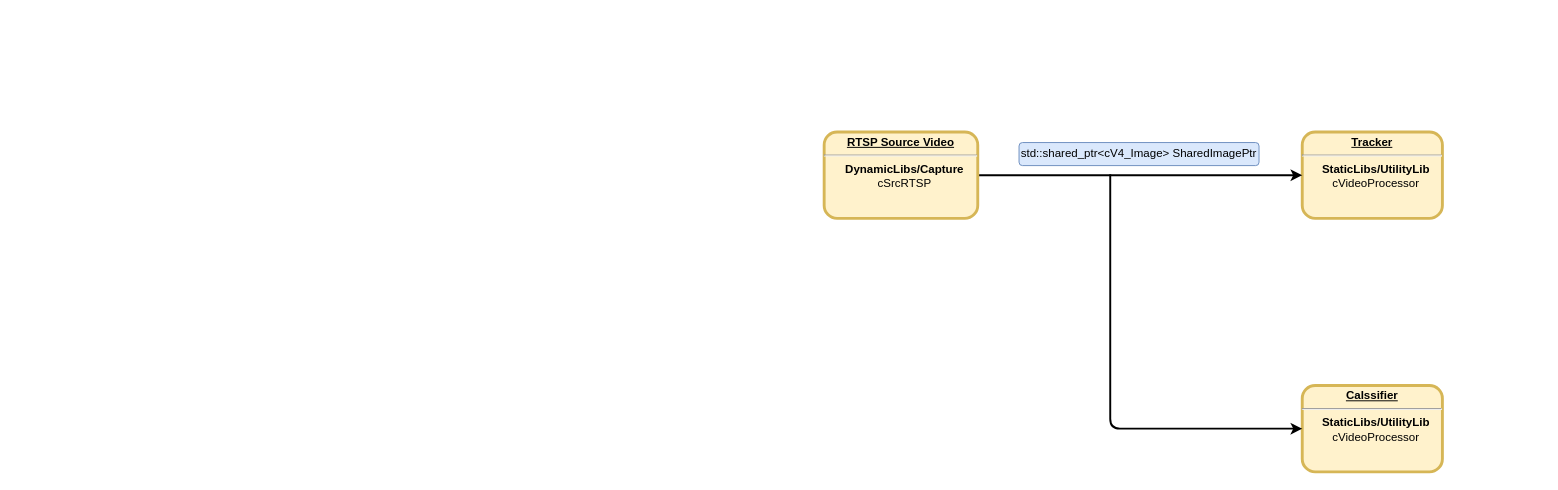
Earlier version of the draw.io diagram qq_uas_data_flow.drawio (mj8ac/hello-world). Source tidied: cells renumbered, new cells numbered last; positions are measured from the earlier drawing's top-left corner, leaving out a move shared by most shapes. Both pictures are drawn from the tidied source at 96%, with x=0, y=0 at pixel (824, 132).
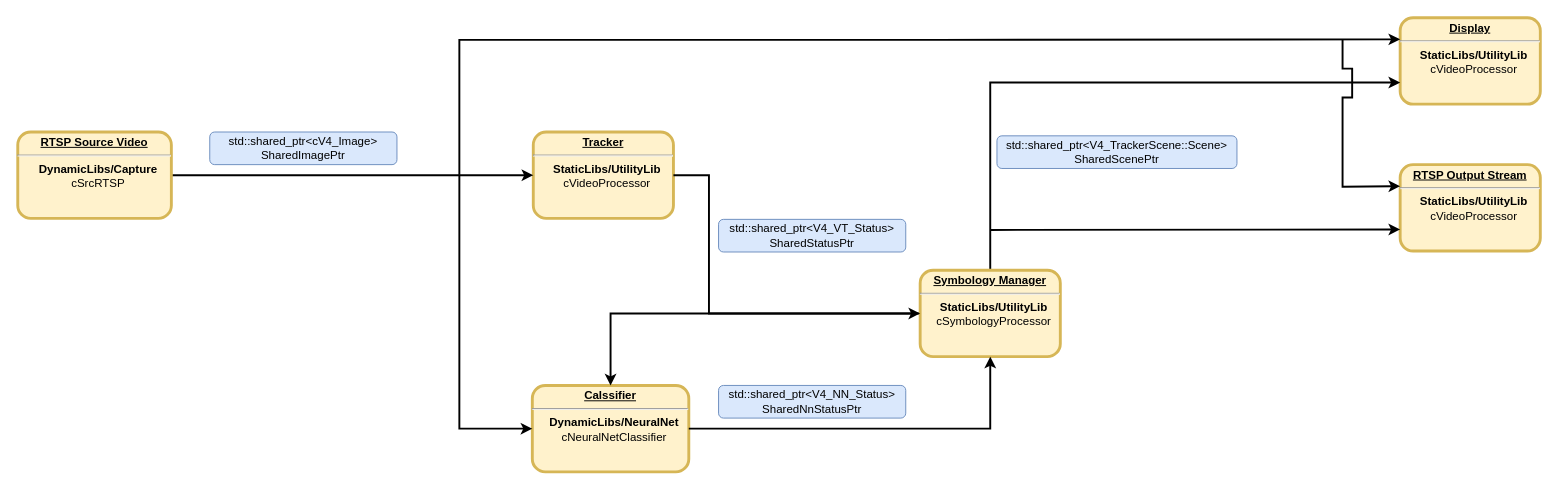
Above is the later version.

Change to the diagram source:
```diff
@@
+    <mxCell id="8" style="group;" parent="1" vertex="1">
+      <mxGeometry x="-840" y="-119" width="1586" height="473" as="geometry" />
+    </mxCell>
-    <mxCell id="2" value="&lt;p style=&quot;margin: 0px ; margin-top: 4px ; text-align: center ; text-decoration: underline&quot;&gt;&lt;strong&gt;Tracker&lt;br&gt;&lt;/strong&gt;&lt;/p&gt;&lt;hr&gt;&lt;p style=&quot;margin: 0px ; margin-left: 8px&quot;&gt;StaticLibs/UtilityLib&lt;/p&gt;&lt;p style=&quot;margin: 0px ; margin-left: 8px&quot;&gt;&lt;span style=&quot;font-weight: normal&quot;&gt;cVideoProcessor&lt;/span&gt;&lt;/p&gt;" style="verticalAlign=middle;align=center;overflow=fill;fontSize=12;fontFamily=Helvetica;html=1;rounded=1;fontStyle=1;strokeWidth=3;fillColor=#fff2cc;strokeColor=#d6b656;" parent="1" vertex="1">
-      <mxGeometry x="498" width="146" height="90" as="geometry" />
+    <mxCell id="2" value="&lt;p style=&quot;margin: 0px ; margin-top: 4px ; text-align: center ; text-decoration: underline&quot;&gt;&lt;strong&gt;Tracker&lt;br&gt;&lt;/strong&gt;&lt;/p&gt;&lt;hr&gt;&lt;p style=&quot;margin: 0px ; margin-left: 8px&quot;&gt;StaticLibs/UtilityLib&lt;/p&gt;&lt;p style=&quot;margin: 0px ; margin-left: 8px&quot;&gt;&lt;span style=&quot;font-weight: normal&quot;&gt;cVideoProcessor&lt;/span&gt;&lt;/p&gt;" style="verticalAlign=middle;align=center;overflow=fill;fontSize=12;fontFamily=Helvetica;html=1;rounded=1;fontStyle=1;strokeWidth=3;fillColor=#fff2cc;strokeColor=#d6b656;" parent="8" vertex="1">
+      <mxGeometry x="537" y="119" width="146" height="90" as="geometry" />
     </mxCell>
-    <mxCell id="3" style="edgeStyle=none;noEdgeStyle=1;strokeWidth=2;exitX=1;exitY=0.5;exitDx=0;exitDy=0;" parent="1" edge="1" source="4" target="2">
+    <mxCell id="3" style="edgeStyle=none;noEdgeStyle=1;strokeWidth=2;exitX=1;exitY=0.5;exitDx=0;exitDy=0;" parent="8" edge="1" source="4" target="2">
       <mxGeometry relative="1" as="geometry" />
     </mxCell>
-    <mxCell id="4" value="&lt;p style=&quot;margin: 0px ; margin-top: 4px ; text-align: center ; text-decoration: underline&quot;&gt;RTSP Source Video&lt;/p&gt;&lt;hr&gt;&lt;p style=&quot;margin: 0px ; margin-left: 8px&quot;&gt;DynamicLibs/Capture&lt;/p&gt;&lt;p style=&quot;margin: 0px ; margin-left: 8px&quot;&gt;&lt;span style=&quot;font-weight: 400&quot;&gt;cSrcRTSP&lt;/span&gt;&lt;/p&gt;" style="verticalAlign=middle;align=center;overflow=fill;fontSize=12;fontFamily=Helvetica;html=1;rounded=1;fontStyle=1;strokeWidth=3;fillColor=#fff2cc;strokeColor=#d6b656;" parent="1" vertex="1">
-      <mxGeometry width="160" height="90" as="geometry" />
+    <mxCell id="4" value="&lt;p style=&quot;margin: 0px ; margin-top: 4px ; text-align: center ; text-decoration: underline&quot;&gt;RTSP Source Video&lt;/p&gt;&lt;hr&gt;&lt;p style=&quot;margin: 0px ; margin-left: 8px&quot;&gt;DynamicLibs/Capture&lt;/p&gt;&lt;p style=&quot;margin: 0px ; margin-left: 8px&quot;&gt;&lt;span style=&quot;font-weight: 400&quot;&gt;cSrcRTSP&lt;/span&gt;&lt;/p&gt;" style="verticalAlign=middle;align=center;overflow=fill;fontSize=12;fontFamily=Helvetica;html=1;rounded=1;fontStyle=1;strokeWidth=3;fillColor=#fff2cc;strokeColor=#d6b656;" parent="8" vertex="1">
+      <mxGeometry y="119" width="160" height="90" as="geometry" />
     </mxCell>
-    <mxCell id="5" value="std::shared_ptr&amp;lt;cV4_Image&amp;gt; SharedImagePtr" style="rounded=1;whiteSpace=wrap;html=1;fillColor=#dae8fc;strokeColor=#6c8ebf;" parent="1" vertex="1">
-      <mxGeometry x="203" y="11" width="250" height="24" as="geometry" />
-    </mxCell>
-    <mxCell id="6" value="&lt;p style=&quot;margin: 0px ; margin-top: 4px ; text-align: center ; text-decoration: underline&quot;&gt;&lt;strong&gt;Calssifier&lt;br&gt;&lt;/strong&gt;&lt;/p&gt;&lt;hr&gt;&lt;p style=&quot;margin: 0px ; margin-left: 8px&quot;&gt;StaticLibs/UtilityLib&lt;/p&gt;&lt;p style=&quot;margin: 0px ; margin-left: 8px&quot;&gt;&lt;span style=&quot;font-weight: normal&quot;&gt;cVideoProcessor&lt;/span&gt;&lt;/p&gt;" style="verticalAlign=middle;align=center;overflow=fill;fontSize=12;fontFamily=Helvetica;html=1;rounded=1;fontStyle=1;strokeWidth=3;fillColor=#fff2cc;strokeColor=#d6b656;" parent="1" vertex="1">
-      <mxGeometry x="498" y="264" width="146" height="90" as="geometry" />
+    <mxCell id="6" value="&lt;p style=&quot;margin: 0px ; margin-top: 4px ; text-align: center ; text-decoration: underline&quot;&gt;&lt;strong&gt;Calssifier&lt;br&gt;&lt;/strong&gt;&lt;/p&gt;&lt;hr&gt;&lt;p style=&quot;margin: 0px ; margin-left: 8px&quot;&gt;DynamicLibs/NeuralNet&lt;/p&gt;&lt;p style=&quot;margin: 0px ; margin-left: 8px&quot;&gt;&lt;span style=&quot;font-weight: normal&quot;&gt;cNeuralNetClassifier&lt;/span&gt;&lt;br&gt;&lt;/p&gt;" style="verticalAlign=middle;align=center;overflow=fill;fontSize=12;fontFamily=Helvetica;html=1;rounded=1;fontStyle=1;strokeWidth=3;fillColor=#fff2cc;strokeColor=#d6b656;" parent="8" vertex="1">
+      <mxGeometry x="536" y="383" width="163" height="90" as="geometry" />
     </mxCell>
-    <mxCell id="7" style="edgeStyle=none;noEdgeStyle=1;strokeWidth=2;entryX=0;entryY=0.5;entryDx=0;entryDy=0;" parent="1" edge="1" target="6">
+    <mxCell id="7" style="edgeStyle=none;noEdgeStyle=1;strokeWidth=2;entryX=0;entryY=0.5;entryDx=0;entryDy=0;rounded=0;" parent="8" edge="1" target="6">
       <mxGeometry relative="1" as="geometry">
-        <mxPoint x="298" y="44" as="sourcePoint" />
+        <mxPoint x="460" y="163" as="sourcePoint" />
         <Array as="points">
-          <mxPoint x="298" y="309" />
+          <mxPoint x="460" y="428" />
         </Array>
       </mxGeometry>
     </mxCell>
+    <mxCell id="5" value="std::shared_ptr&amp;lt;cV4_Image&amp;gt; SharedImagePtr" style="rounded=1;whiteSpace=wrap;html=1;fillColor=#dae8fc;strokeColor=#6c8ebf;" parent="8" vertex="1">
+      <mxGeometry x="200" y="119" width="195" height="34" as="geometry" />
+    </mxCell>
+    <mxCell id="9" value="&lt;p style=&quot;margin: 0px ; margin-top: 4px ; text-align: center ; text-decoration: underline&quot;&gt;&lt;strong&gt;Display&lt;br&gt;&lt;/strong&gt;&lt;/p&gt;&lt;hr&gt;&lt;p style=&quot;margin: 0px ; margin-left: 8px&quot;&gt;StaticLibs/UtilityLib&lt;/p&gt;&lt;p style=&quot;margin: 0px ; margin-left: 8px&quot;&gt;&lt;span style=&quot;font-weight: normal&quot;&gt;cVideoProcessor&lt;/span&gt;&lt;/p&gt;" style="verticalAlign=middle;align=center;overflow=fill;fontSize=12;fontFamily=Helvetica;html=1;rounded=1;fontStyle=1;strokeWidth=3;fillColor=#fff2cc;strokeColor=#d6b656;" parent="8" vertex="1">
+      <mxGeometry x="1440" width="146" height="90" as="geometry" />
+    </mxCell>
+    <mxCell id="10" value="&lt;p style=&quot;margin: 0px ; margin-top: 4px ; text-align: center ; text-decoration: underline&quot;&gt;&lt;strong&gt;RTSP Output Stream&lt;br&gt;&lt;/strong&gt;&lt;/p&gt;&lt;hr&gt;&lt;p style=&quot;margin: 0px ; margin-left: 8px&quot;&gt;StaticLibs/UtilityLib&lt;/p&gt;&lt;p style=&quot;margin: 0px ; margin-left: 8px&quot;&gt;&lt;span style=&quot;font-weight: normal&quot;&gt;cVideoProcessor&lt;/span&gt;&lt;/p&gt;" style="verticalAlign=middle;align=center;overflow=fill;fontSize=12;fontFamily=Helvetica;html=1;rounded=1;fontStyle=1;strokeWidth=3;fillColor=#fff2cc;strokeColor=#d6b656;" parent="8" vertex="1">
+      <mxGeometry x="1440" y="153" width="146" height="90" as="geometry" />
+    </mxCell>
+    <mxCell id="11" style="edgeStyle=orthogonalEdgeStyle;rounded=0;jettySize=auto;html=1;exitX=0;exitY=0.5;exitDx=0;exitDy=0;entryX=0.5;entryY=0;entryDx=0;entryDy=0;strokeWidth=2;" parent="8" edge="1" source="13" target="6">
+      <mxGeometry relative="1" as="geometry" />
+    </mxCell>
+    <mxCell id="12" style="edgeStyle=orthogonalEdgeStyle;rounded=0;jettySize=auto;html=1;exitX=0.5;exitY=0;exitDx=0;exitDy=0;entryX=0;entryY=0.75;entryDx=0;entryDy=0;strokeWidth=2;" parent="8" edge="1" source="13" target="9">
+      <mxGeometry relative="1" as="geometry" />
+    </mxCell>
+    <mxCell id="13" value="&lt;p style=&quot;margin: 0px ; margin-top: 4px ; text-align: center ; text-decoration: underline&quot;&gt;&lt;strong&gt;Symbology Manager&lt;/strong&gt;&lt;/p&gt;&lt;hr&gt;&lt;p style=&quot;margin: 0px ; margin-left: 8px&quot;&gt;StaticLibs/UtilityLib&lt;/p&gt;&lt;p style=&quot;margin: 0px ; margin-left: 8px&quot;&gt;&lt;span style=&quot;font-weight: normal&quot;&gt;cSymbologyProcessor&lt;/span&gt;&lt;br&gt;&lt;/p&gt;" style="verticalAlign=middle;align=center;overflow=fill;fontSize=12;fontFamily=Helvetica;html=1;rounded=1;fontStyle=1;strokeWidth=3;fillColor=#fff2cc;strokeColor=#d6b656;" parent="8" vertex="1">
+      <mxGeometry x="940" y="263" width="146" height="90" as="geometry" />
+    </mxCell>
+    <mxCell id="14" style="edgeStyle=orthogonalEdgeStyle;rounded=0;jettySize=auto;html=1;exitX=1;exitY=0.5;exitDx=0;exitDy=0;entryX=0;entryY=0.5;entryDx=0;entryDy=0;strokeWidth=2;" parent="8" edge="1" source="2" target="13">
+      <mxGeometry relative="1" as="geometry">
+        <Array as="points">
+          <mxPoint x="720" y="164" />
+          <mxPoint x="720" y="308" />
+        </Array>
+      </mxGeometry>
+    </mxCell>
+    <mxCell id="15" style="edgeStyle=orthogonalEdgeStyle;rounded=0;jettySize=auto;html=1;exitX=1;exitY=0.5;exitDx=0;exitDy=0;entryX=0.5;entryY=1;entryDx=0;entryDy=0;strokeWidth=2;" parent="8" edge="1" source="6" target="13">
+      <mxGeometry relative="1" as="geometry" />
+    </mxCell>
+    <mxCell id="16" style="endArrow=classic;html=1;strokeWidth=2;rounded=0;entryX=0;entryY=0.25;entryDx=0;entryDy=0;" parent="8" edge="1" target="9">
+      <mxGeometry relative="1" as="geometry">
+        <mxPoint x="460" y="163" as="sourcePoint" />
+        <Array as="points">
+          <mxPoint x="460" y="23" />
+          <mxPoint x="960" y="23" />
+        </Array>
+      </mxGeometry>
+    </mxCell>
+    <mxCell id="17" style="endArrow=classic;html=1;strokeWidth=2;entryX=0;entryY=0.75;entryDx=0;entryDy=0;" parent="8" edge="1" target="10">
+      <mxGeometry relative="1" as="geometry">
+        <mxPoint x="1013" y="221" as="sourcePoint" />
+      </mxGeometry>
+    </mxCell>
+    <mxCell id="18" style="endArrow=classic;html=1;strokeWidth=2;entryX=0;entryY=0.25;entryDx=0;entryDy=0;rounded=0;" parent="8" edge="1" target="10">
+      <mxGeometry relative="1" as="geometry">
+        <mxPoint x="1380" y="23" as="sourcePoint" />
+        <Array as="points">
+          <mxPoint x="1380" y="53" />
+          <mxPoint x="1390" y="53" />
+          <mxPoint x="1390" y="83" />
+          <mxPoint x="1380" y="83" />
+          <mxPoint x="1380" y="176" />
+        </Array>
+      </mxGeometry>
+    </mxCell>
+    <mxCell id="19" value="std::shared_ptr&amp;lt;V4_VT_Status&amp;gt;&lt;br&gt;SharedStatusPtr" style="rounded=1;whiteSpace=wrap;html=1;fillColor=#dae8fc;strokeColor=#6c8ebf;rotation=0;" parent="8" vertex="1">
+      <mxGeometry x="730" y="210" width="195" height="34" as="geometry" />
+    </mxCell>
+    <mxCell id="20" value="std::shared_ptr&amp;lt;V4_NN_Status&amp;gt;&lt;br&gt;SharedNnStatusPtr" style="rounded=1;whiteSpace=wrap;html=1;fillColor=#dae8fc;strokeColor=#6c8ebf;rotation=0;" parent="8" vertex="1">
+      <mxGeometry x="730" y="383" width="195" height="34" as="geometry" />
+    </mxCell>
+    <mxCell id="21" value="std::shared_ptr&amp;lt;V4_TrackerScene::Scene&amp;gt;&lt;br&gt;SharedScenePtr&lt;br&gt;" style="rounded=1;whiteSpace=wrap;html=1;fillColor=#dae8fc;strokeColor=#6c8ebf;rotation=0;" parent="8" vertex="1">
+      <mxGeometry x="1020" y="123" width="250" height="34" as="geometry" />
+    </mxCell>
```
